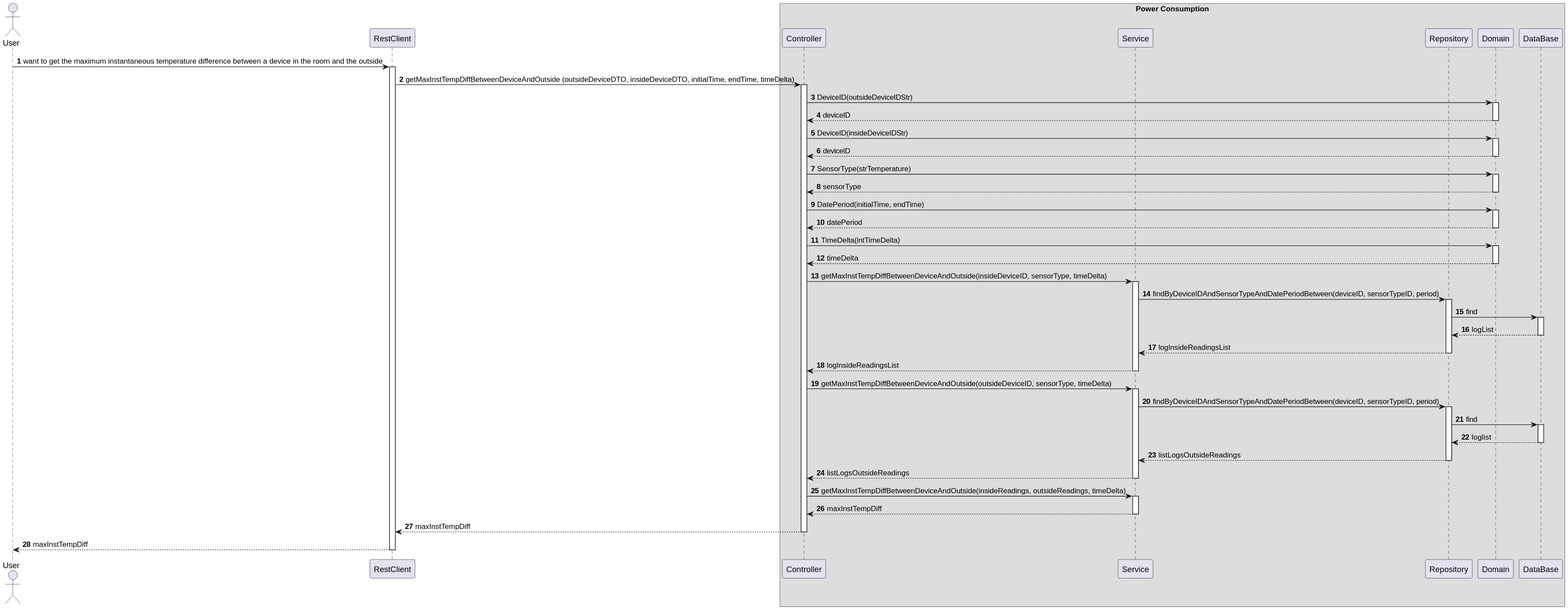
The PlantUML diagram docs/ooa/C4_4plus1_models/Level3/ProcessView/ProcessViewLevel3_UC13_v1.svg in olivDiogo/SmartHome, before a commit. Its diagram source:
```plantuml
@startuml

actor "User" as User
participant RestClient as "RestClient"
box "Power Consumption"
participant Controller as "Controller"
participant Service as "Service"
participant Repository as "Repository"
participant Domain as "Domain"
participant DataBase as "DataBase"
end box

autonumber

User -> RestClient :  want to get the maximum instantaneous temperature difference between a device in the room and the outside

activate RestClient

RestClient -> Controller: getMaxInstTempDiffBetweenDeviceAndOutside (outsideDeviceDTO, insideDeviceDTO, initialTime, endTime, timeDelta)

activate Controller

Controller -> Domain :DeviceID(outsideDeviceIDStr)
activate Domain
Domain --> Controller : deviceID
deactivate Domain

Controller -> Domain: DeviceID(insideDeviceIDStr)
activate Domain
Domain --> Controller : deviceID
deactivate Domain

Controller -> Domain: SensorType(strTemperature)
activate Domain
Domain --> Controller : sensorType
deactivate Domain

Controller -> Domain: DatePeriod(initialTime, endTime)
activate Domain
Domain --> Controller : datePeriod
deactivate Domain

Controller -> Domain: TimeDelta(intTimeDelta)
activate Domain
Domain --> Controller : timeDelta
deactivate Domain

Controller -> Service: getMaxInstTempDiffBetweenDeviceAndOutside(insideDeviceID, sensorType, timeDelta)
activate Service
Service -> Repository: findByDeviceIDAndSensorTypeAndDatePeriodBetween(deviceID, sensorTypeID, period)

activate Repository
Repository -> DataBase: find
activate DataBase
DataBase --> Repository: logList
deactivate DataBase

Repository --> Service: logInsideReadingsList
deactivate Repository

Service --> Controller: logInsideReadingsList
deactivate Service

Controller -> Service: getMaxInstTempDiffBetweenDeviceAndOutside(outsideDeviceID, sensorType, timeDelta)
activate Service
Service -> Repository: findByDeviceIDAndSensorTypeAndDatePeriodBetween(deviceID, sensorTypeID, period)

activate Repository
Repository -> DataBase: find
activate DataBase
DataBase --> Repository: loglist
deactivate DataBase



Repository --> Service: listLogsOutsideReadings
deactivate Repository

Service --> Controller: listLogsOutsideReadings
deactivate Service

Controller -> Service: getMaxInstTempDiffBetweenDeviceAndOutside(insideReadings, outsideReadings, timeDelta)
activate Service

Service --> Controller: maxInstTempDiff
deactivate Service

Controller --> RestClient: maxInstTempDiff
deactivate Controller

RestClient --> User: maxInstTempDiff
deactivate RestClient
@enduml
```
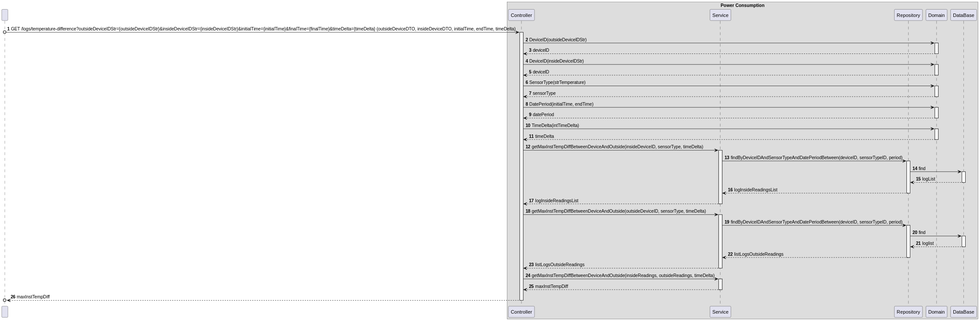
After the commit.

Commit message:
docs: update Process view level 3

The edit, as a diff of the source:
```diff
@@ -1,7 +1,6 @@
 @startuml
 
-actor "User" as User
-participant RestClient as "RestClient"
+participant " " as User
 box "Power Consumption"
 participant Controller as "Controller"
 participant Service as "Service"
@@ -12,21 +11,20 @@
 
 autonumber
 
-User -> RestClient :  want to get the maximum instantaneous temperature difference between a device in the room and the outside
 
-activate RestClient
-
-RestClient -> Controller: getMaxInstTempDiffBetweenDeviceAndOutside (outsideDeviceDTO, insideDeviceDTO, initialTime, endTime, timeDelta)
+User o-> Controller: GET /logs/temperature-difference?outsideDeviceIDStr={outsideDeviceIDStr}&insideDeviceIDStr={insideDeviceIDStr}&initialTime={initialTime}&finalTime={finalTime}&timeDelta={timeDelta} (outsideDeviceDTO, insideDeviceDTO, initialTime, endTime, timeDelta)
 
 activate Controller
 
 Controller -> Domain :DeviceID(outsideDeviceIDStr)
 activate Domain
+
 Domain --> Controller : deviceID
 deactivate Domain
 
 Controller -> Domain: DeviceID(insideDeviceIDStr)
 activate Domain
+
 Domain --> Controller : deviceID
 deactivate Domain
 
@@ -85,9 +83,6 @@
 Service --> Controller: maxInstTempDiff
 deactivate Service
 
-Controller --> RestClient: maxInstTempDiff
+Controller -->o User: maxInstTempDiff
 deactivate Controller
-
-RestClient --> User: maxInstTempDiff
-deactivate RestClient
 @enduml
```
